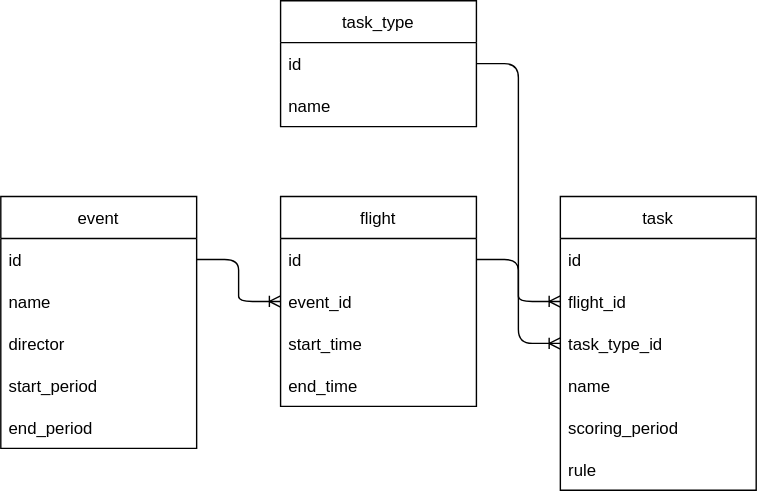
seita1996/flight_scoring keeps this draw.io diagram as back/er.drawio.svg. Above is the earlier version. Source tidied: cells renumbered, new cells last; positions are measured from the earlier drawing's top-left corner, leaving out a move shared by most shapes.
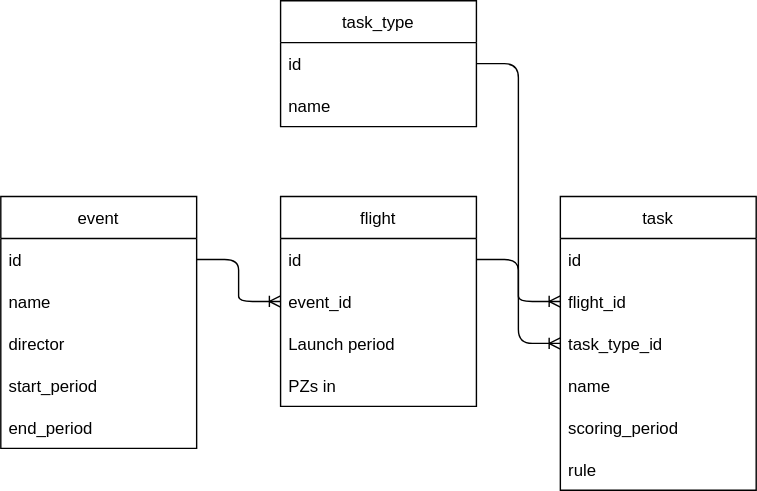
After the commit.

The edit, as a diff of the source:
```diff
@@ -29,10 +29,10 @@
     <mxCell id="10" value="event_id" style="text;strokeColor=none;fillColor=none;align=left;verticalAlign=middle;spacingLeft=4;spacingRight=4;overflow=hidden;points=[[0,0.5],[1,0.5]];portConstraint=eastwest;" parent="8" vertex="1">
       <mxGeometry y="60" width="140" height="30" as="geometry" />
     </mxCell>
-    <mxCell id="11" value="start_time" style="text;strokeColor=none;fillColor=none;align=left;verticalAlign=middle;spacingLeft=4;spacingRight=4;overflow=hidden;" parent="8" vertex="1">
+    <mxCell id="11" value="Launch period" style="text;strokeColor=none;fillColor=none;align=left;verticalAlign=middle;spacingLeft=4;spacingRight=4;overflow=hidden;" parent="8" vertex="1">
       <mxGeometry y="90" width="140" height="30" as="geometry" />
     </mxCell>
-    <mxCell id="12" value="end_time" style="text;strokeColor=none;fillColor=none;align=left;verticalAlign=middle;spacingLeft=4;spacingRight=4;overflow=hidden;" parent="8" vertex="1">
+    <mxCell id="12" value="PZs in" style="text;strokeColor=none;fillColor=none;align=left;verticalAlign=middle;spacingLeft=4;spacingRight=4;overflow=hidden;" parent="8" vertex="1">
       <mxGeometry y="120" width="140" height="30" as="geometry" />
     </mxCell>
     <mxCell id="13" style="edgeStyle=entityRelationEdgeStyle;fontSize=12;html=1;endArrow=ERoneToMany;exitX=1;exitY=0.5;exitDx=0;exitDy=0;entryX=0;entryY=0.5;entryDx=0;entryDy=0;" parent="1" edge="1" source="3" target="10">
```
